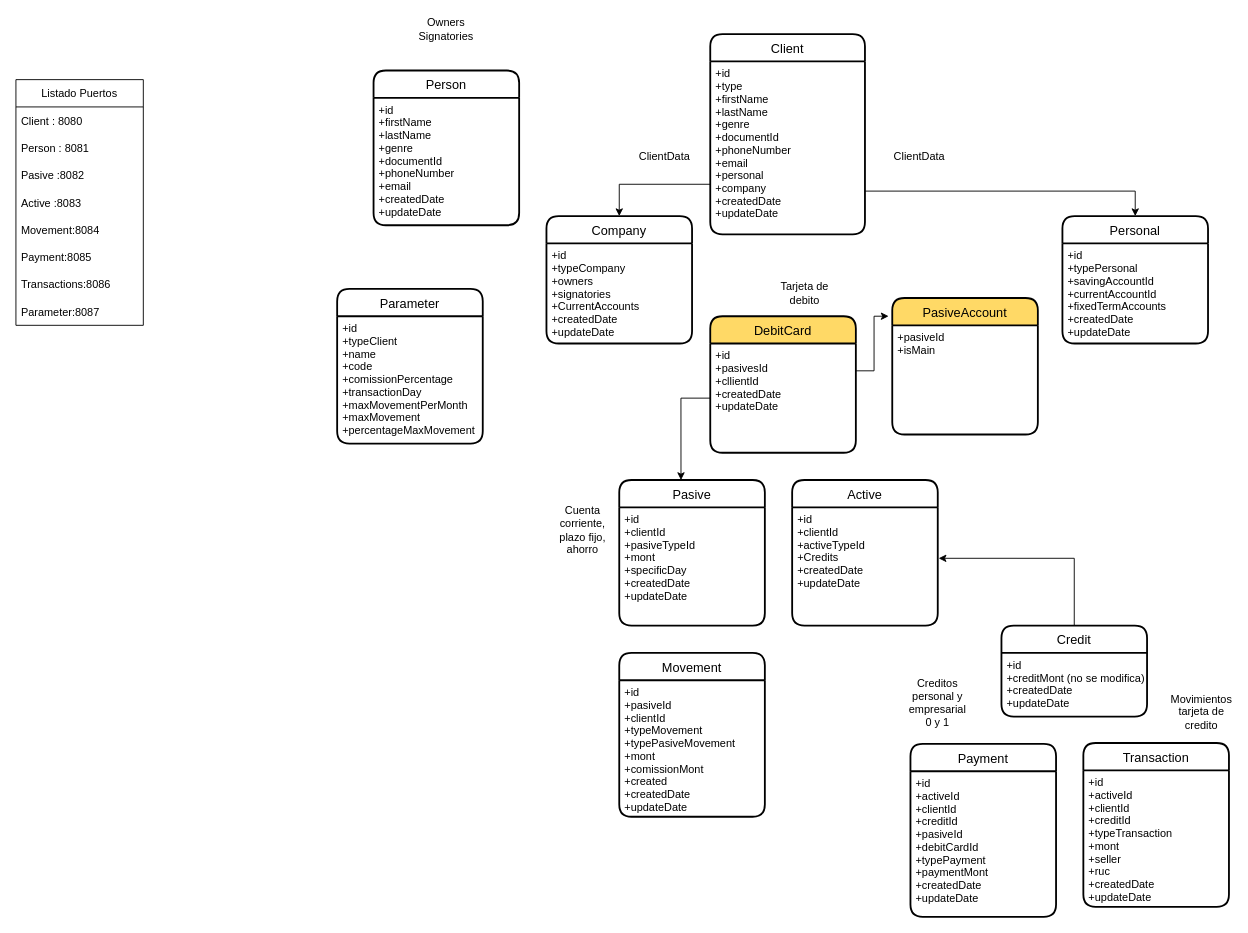
Earlier version of the draw.io diagram page "Datos" (1 of 2) of proyecto1.drawio (AdrianNMS/MS-bank-diagram). Source tidied: cells renumbered, new cells numbered last; positions are measured from the earlier drawing's top-left corner, leaving out a move shared by most shapes. Both pictures are drawn from the tidied source at 91%, with x=0, y=0 at pixel (15, 15).
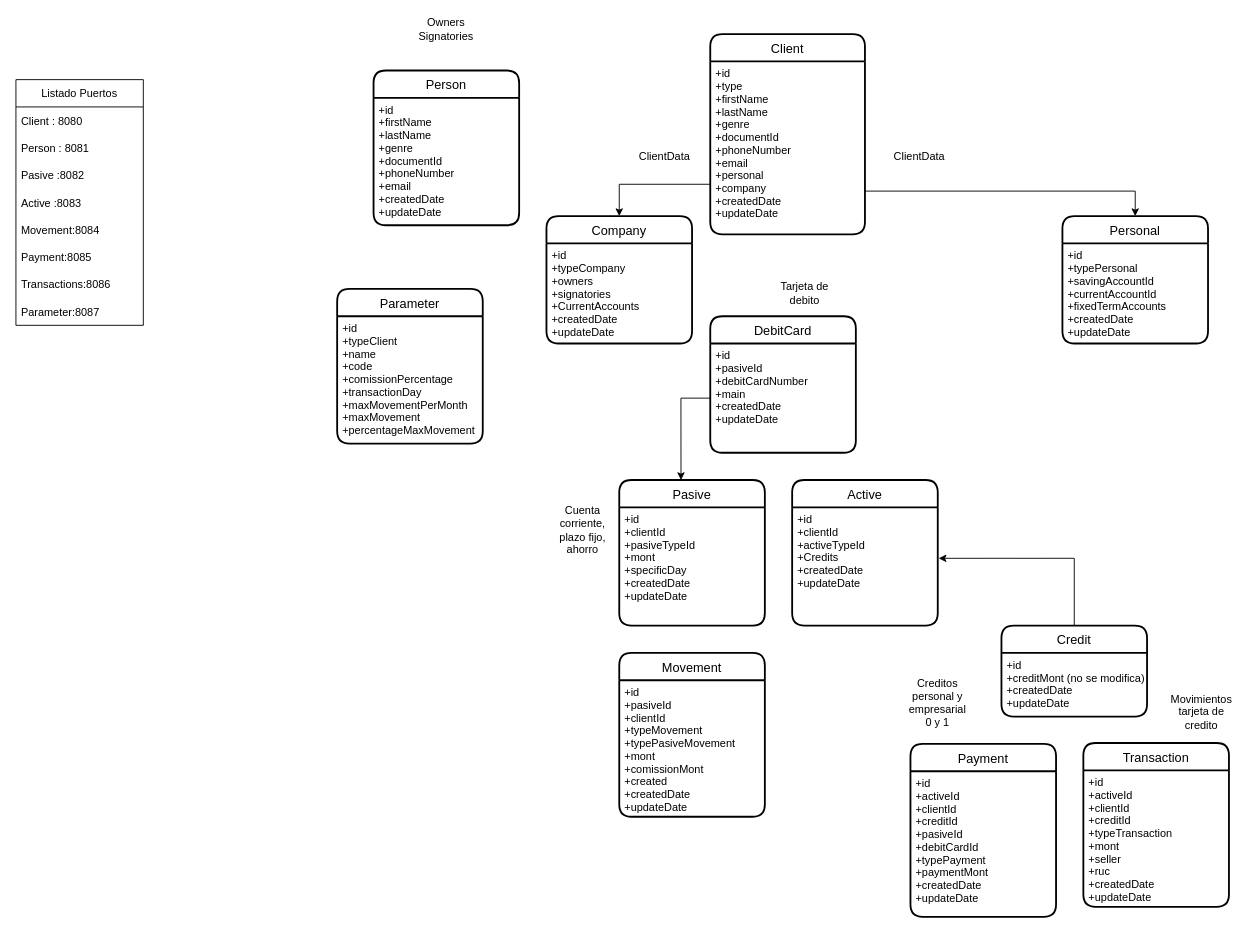
The same diagram, later.

Diff of the diagram source:
```diff
@@
-    <mxCell id="41" value="DebitCard" style="swimlane;horizontal=1;startSize=30;rounded=1;fontSize=14;fontStyle=0;strokeWidth=2;shadow=0;dashed=0;align=center;fillColor=#FFD966;" parent="1" vertex="1">
+    <mxCell id="41" value="DebitCard" style="swimlane;horizontal=1;startSize=30;rounded=1;fontSize=14;fontStyle=0;strokeWidth=2;shadow=0;dashed=0;align=center;fillColor=#FFFFFF;" parent="1" vertex="1">
       <mxGeometry x="763" y="330" width="160" height="150" as="geometry" />
     </mxCell>
-    <mxCell id="42" value="+id&#10;+pasivesId&#10;+cllientId&#10;+createdDate&#10;+updateDate" style="align=left;strokeColor=none;fillColor=none;spacingLeft=4;fontSize=12;verticalAlign=top;" parent="41" vertex="1">
+    <mxCell id="42" value="+id&#10;+pasiveId&#10;+debitCardNumber&#10;+main&#10;+createdDate&#10;+updateDate" style="align=left;strokeColor=none;fillColor=none;spacingLeft=4;fontSize=12;verticalAlign=top;" parent="41" vertex="1">
       <mxGeometry y="30" width="160" height="120" as="geometry" />
     </mxCell>
@@
-    <mxCell id="46" value="PasiveAccount" style="swimlane;horizontal=1;startSize=30;rounded=1;fontSize=14;fontStyle=0;strokeWidth=2;shadow=0;dashed=0;align=center;fillColor=#FFD966;" parent="1" vertex="1">
-      <mxGeometry x="963" y="310" width="160" height="150" as="geometry" />
-    </mxCell>
-    <mxCell id="47" value="+pasiveId&#10;+isMain" style="align=left;strokeColor=none;fillColor=none;spacingLeft=4;fontSize=12;verticalAlign=top;" parent="46" vertex="1">
-      <mxGeometry y="30" width="160" height="120" as="geometry" />
-    </mxCell>
-    <mxCell id="48" style="edgeStyle=orthogonalEdgeStyle;rounded=0;jettySize=auto;html=1;exitX=1;exitY=0.25;exitDx=0;exitDy=0;entryX=-0.025;entryY=0.133;entryDx=0;entryDy=0;entryPerimeter=0;" parent="1" edge="1" source="42" target="46">
-      <mxGeometry relative="1" as="geometry" />
-    </mxCell>
```
